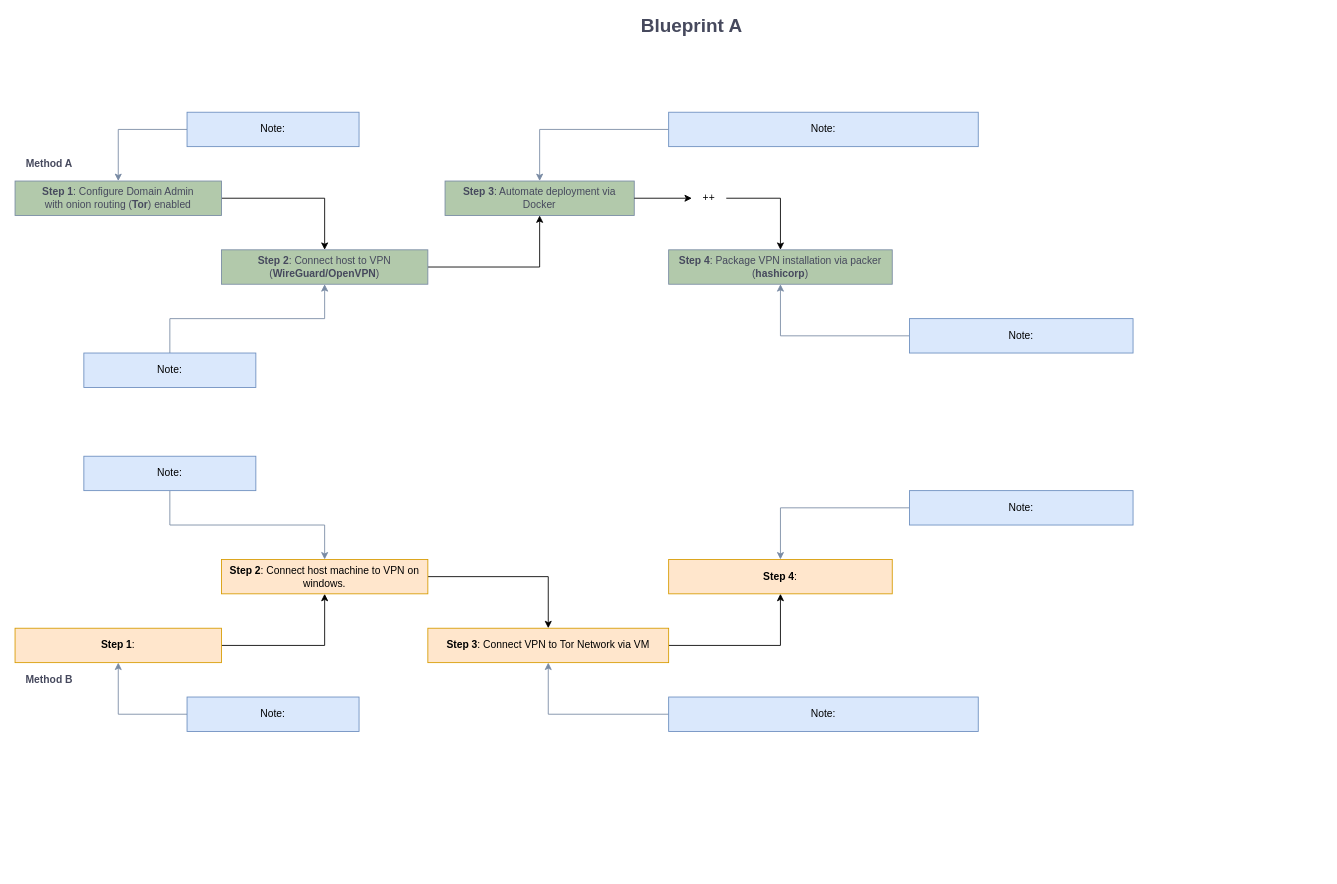
Before: demo.drawio in ycaedes/diagram, a draw.io diagram. Source tidied: cells renumbered, new cells numbered last; positions are measured from the earlier drawing's top-left corner, leaving out a move shared by most shapes. Both pictures are drawn from the tidied source at 86%, with x=0, y=0 at pixel (15, 17).
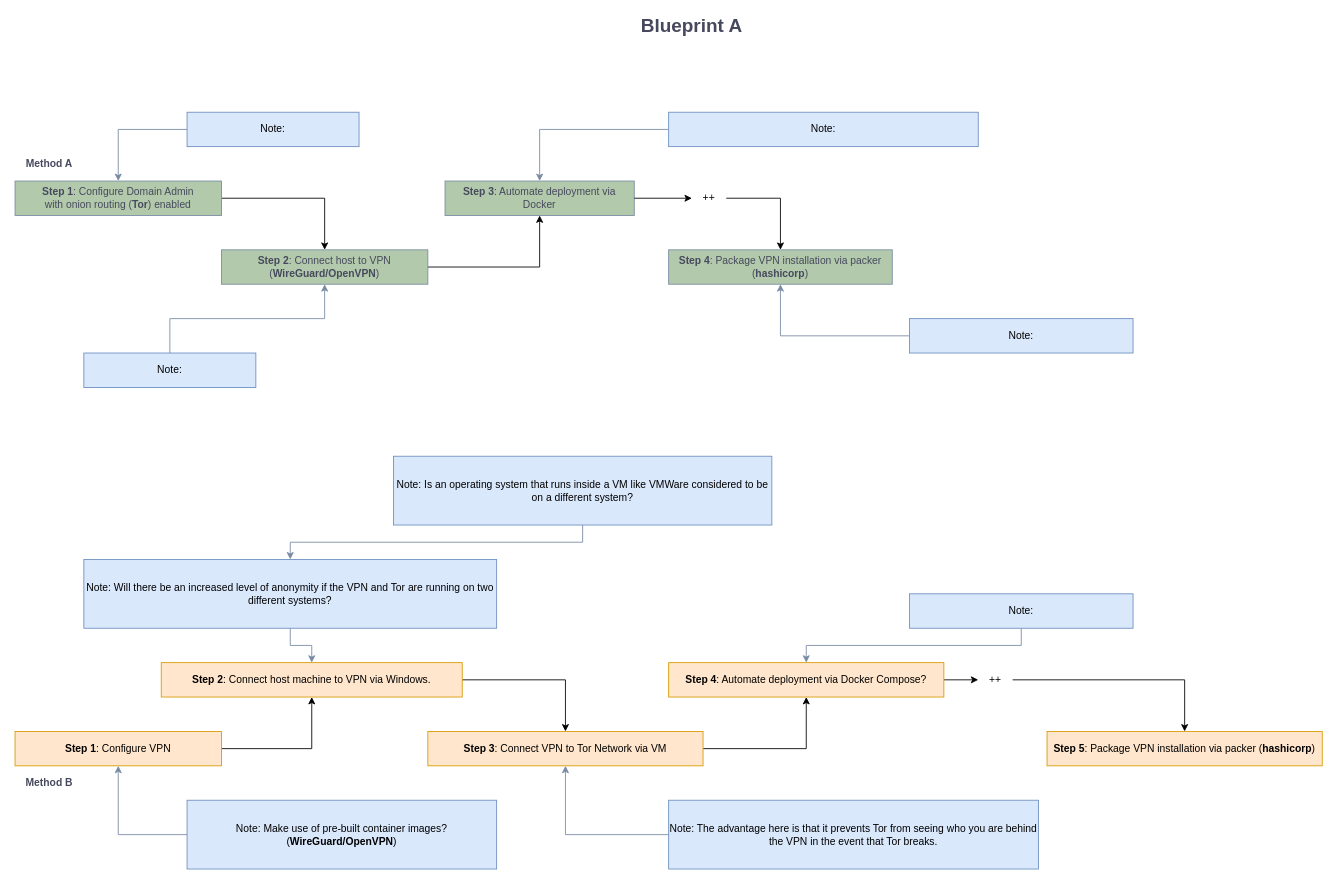
Above is the later version.

Change to the diagram source:
```diff
@@
-    <mxCell id="20" value="&lt;b&gt;Step 1&lt;/b&gt;:" style="whiteSpace=wrap;html=1;fontSize=12;glass=0;strokeWidth=1;shadow=0;fillColor=#ffe6cc;strokeColor=#d79b00;" parent="1" vertex="1">
-      <mxGeometry y="710" width="240" height="40" as="geometry" />
+    <mxCell id="20" value="&lt;b&gt;Step 1&lt;/b&gt;: Configure VPN" style="whiteSpace=wrap;html=1;fontSize=12;glass=0;strokeWidth=1;shadow=0;fillColor=#ffe6cc;strokeColor=#d79b00;" parent="1" vertex="1">
+      <mxGeometry y="830" width="240" height="40" as="geometry" />
     </mxCell>
+    <mxCell id="37" style="edgeStyle=orthogonalEdgeStyle;rounded=0;jettySize=auto;html=1;exitX=1;exitY=0.5;exitDx=0;exitDy=0;strokeColor=#000000;entryX=0;entryY=0.5;entryDx=0;entryDy=0;" parent="1" edge="1" source="21" target="42">
+      <mxGeometry relative="1" as="geometry" />
+    </mxCell>
-    <mxCell id="21" value="&lt;b&gt;Step 4&lt;/b&gt;:" style="whiteSpace=wrap;html=1;fontSize=12;glass=0;strokeWidth=1;shadow=0;fillColor=#ffe6cc;strokeColor=#d79b00;" parent="1" vertex="1">
-      <mxGeometry x="760" y="630" width="260" height="40" as="geometry" />
+    <mxCell id="21" value="&lt;b&gt;Step 4&lt;/b&gt;: Automate deployment via Docker Compose?" style="whiteSpace=wrap;html=1;fontSize=12;glass=0;strokeWidth=1;shadow=0;fillColor=#ffe6cc;strokeColor=#d79b00;" parent="1" vertex="1">
+      <mxGeometry x="760" y="750" width="320" height="40" as="geometry" />
     </mxCell>
@@
-    <mxCell id="23" value="&lt;b&gt;Step 2&lt;/b&gt;: Connect host machine to VPN on windows." style="rounded=0;whiteSpace=wrap;html=1;sketch=0;strokeColor=#d79b00;fillColor=#ffe6cc;fontSize=12;" parent="1" vertex="1">
-      <mxGeometry x="240" y="630" width="240" height="40" as="geometry" />
+    <mxCell id="23" value="&lt;b&gt;Step 2&lt;/b&gt;: Connect host machine to VPN via Windows." style="rounded=0;whiteSpace=wrap;html=1;sketch=0;strokeColor=#d79b00;fillColor=#ffe6cc;fontSize=12;" parent="1" vertex="1">
+      <mxGeometry x="170" y="750" width="350" height="40" as="geometry" />
     </mxCell>
@@
     <mxCell id="25" value="&lt;b&gt;Step 3&lt;/b&gt;: Connect VPN to Tor Network via VM" style="rounded=0;whiteSpace=wrap;html=1;sketch=0;strokeColor=#d79b00;fillColor=#ffe6cc;fontSize=12;" parent="1" vertex="1">
-      <mxGeometry x="480" y="710" width="280" height="40" as="geometry" />
+      <mxGeometry x="480" y="830" width="320" height="40" as="geometry" />
     </mxCell>
     <mxCell id="26" value="&lt;b&gt;Method B &lt;/b&gt;" style="text;html=1;strokeColor=none;fillColor=none;align=center;verticalAlign=middle;whiteSpace=wrap;rounded=0;sketch=0;fontColor=#46495D;" parent="1" vertex="1">
-      <mxGeometry y="760" width="80" height="20" as="geometry" />
+      <mxGeometry y="880" width="80" height="20" as="geometry" />
     </mxCell>
-    <mxCell id="27" style="edgeStyle=orthogonalEdgeStyle;rounded=0;jettySize=auto;html=1;exitX=0.5;exitY=1;exitDx=0;exitDy=0;entryX=0.5;entryY=0;entryDx=0;entryDy=0;strokeColor=#788AA3;" parent="1" edge="1" source="28" target="23">
+    <mxCell id="27" style="edgeStyle=orthogonalEdgeStyle;rounded=0;jettySize=auto;html=1;exitX=0.5;exitY=1;exitDx=0;exitDy=0;entryX=0.5;entryY=0;entryDx=0;entryDy=0;strokeColor=#788aa3;" parent="1" edge="1" source="28" target="23">
       <mxGeometry relative="1" as="geometry" />
     </mxCell>
-    <mxCell id="28" value="Note:" style="whiteSpace=wrap;html=1;fontSize=12;glass=0;strokeWidth=1;shadow=0;fillColor=#dae8fc;strokeColor=#6c8ebf;" parent="1" vertex="1">
-      <mxGeometry x="80" y="510" width="200" height="40" as="geometry" />
+    <mxCell id="28" value="Note: Will there be an increased level of anonymity if the VPN and Tor are running on two different systems?" style="whiteSpace=wrap;html=1;fontSize=12;glass=0;strokeWidth=1;shadow=0;fillColor=#dae8fc;strokeColor=#6c8ebf;" parent="1" vertex="1">
+      <mxGeometry x="80" y="630" width="480" height="80" as="geometry" />
     </mxCell>
@@
-    <mxCell id="30" value="Note:" style="rounded=0;whiteSpace=wrap;html=1;sketch=0;strokeColor=#6c8ebf;fillColor=#dae8fc;fontSize=12;" parent="1" vertex="1">
-      <mxGeometry x="200" y="790" width="200" height="40" as="geometry" />
+    <mxCell id="30" value="Note: Make use of pre-built container images? (&lt;b&gt;WireGuard/OpenVPN&lt;/b&gt;) " style="rounded=0;whiteSpace=wrap;html=1;sketch=0;strokeColor=#6c8ebf;fillColor=#dae8fc;fontSize=12;" parent="1" vertex="1">
+      <mxGeometry x="200" y="910" width="360" height="80" as="geometry" />
     </mxCell>
@@
-    <mxCell id="32" value="Note:" style="rounded=0;whiteSpace=wrap;html=1;sketch=0;strokeColor=#6c8ebf;fillColor=#dae8fc;fontSize=12;" parent="1" vertex="1">
-      <mxGeometry x="760" y="790" width="360" height="40" as="geometry" />
+    <mxCell id="32" value="Note: The advantage here is that it prevents Tor from seeing who you are behind the VPN in the event that Tor breaks. " style="rounded=0;whiteSpace=wrap;html=1;sketch=0;strokeColor=#6c8ebf;fillColor=#dae8fc;fontSize=12;" parent="1" vertex="1">
+      <mxGeometry x="760" y="910" width="430" height="80" as="geometry" />
     </mxCell>
@@
     <mxCell id="34" value="Note:" style="whiteSpace=wrap;html=1;fontSize=12;glass=0;strokeWidth=1;shadow=0;fillColor=#dae8fc;strokeColor=#6c8ebf;" parent="1" vertex="1">
-      <mxGeometry x="1040" y="550" width="260" height="40" as="geometry" />
+      <mxGeometry x="1040" y="670" width="260" height="40" as="geometry" />
     </mxCell>
@@
+    <mxCell id="38" style="edgeStyle=orthogonalEdgeStyle;rounded=0;jettySize=auto;html=1;exitX=0.5;exitY=1;exitDx=0;exitDy=0;strokeColor=#788AA3;" parent="1" edge="1" source="39" target="28">
+      <mxGeometry relative="1" as="geometry" />
+    </mxCell>
+    <mxCell id="39" value="Note: Is an operating system that runs inside a VM like VMWare considered to be on a different system?" style="whiteSpace=wrap;html=1;fontSize=12;glass=0;strokeWidth=1;shadow=0;fillColor=#dae8fc;strokeColor=#6c8ebf;" parent="1" vertex="1">
+      <mxGeometry x="440" y="510" width="440" height="80" as="geometry" />
+    </mxCell>
+    <mxCell id="40" value="&lt;b&gt;Step 5&lt;/b&gt;: Package VPN installation via packer (&lt;b&gt;hashicorp&lt;/b&gt;)" style="whiteSpace=wrap;html=1;fontSize=12;glass=0;strokeWidth=1;shadow=0;fillColor=#ffe6cc;strokeColor=#d79b00;" parent="1" vertex="1">
+      <mxGeometry x="1200" y="830" width="320" height="40" as="geometry" />
+    </mxCell>
+    <mxCell id="41" style="edgeStyle=orthogonalEdgeStyle;rounded=0;jettySize=auto;html=1;exitX=1;exitY=0.5;exitDx=0;exitDy=0;strokeColor=#000000;" parent="1" edge="1" source="42" target="40">
+      <mxGeometry relative="1" as="geometry" />
+    </mxCell>
+    <mxCell id="42" value="++" style="text;html=1;strokeColor=none;fillColor=none;align=center;verticalAlign=middle;whiteSpace=wrap;rounded=0;" parent="1" vertex="1">
+      <mxGeometry x="1120" y="760" width="40" height="20" as="geometry" />
+    </mxCell>
```
